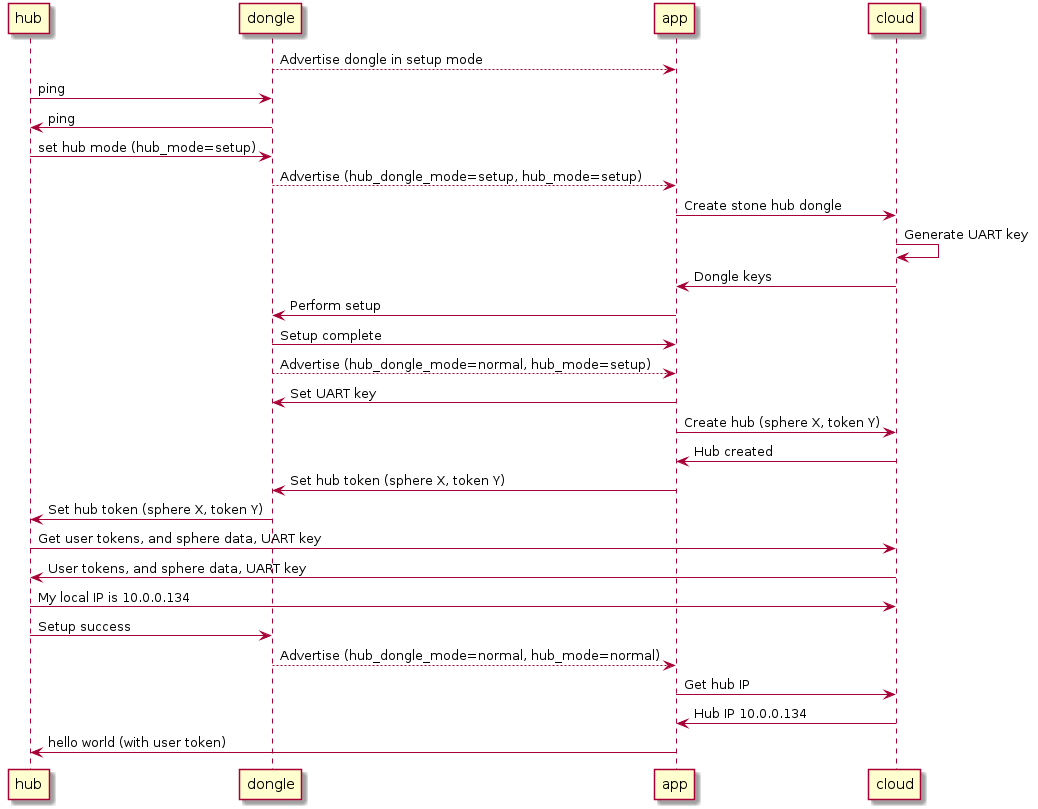
Before: doc/uml-setup.png, a diagram exported from PlantUML (Crownstone-Community/hub).
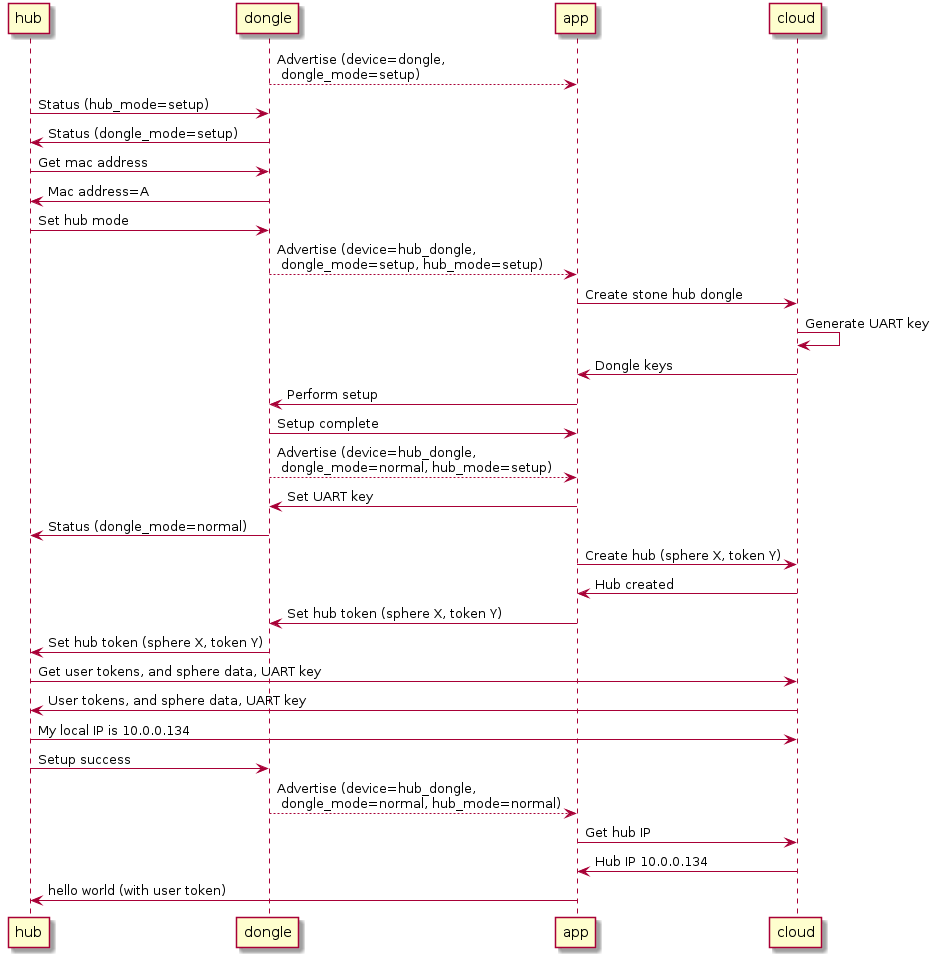
The same diagram one commit later.

Diff of the diagram source:
```diff
@@ -4,18 +4,21 @@
 participant app
 participant cloud
 
-dongle --> app : Advertise dongle in setup mode
-hub -> dongle : ping
-dongle -> hub : ping
-hub -> dongle : set hub mode (hub_mode=setup)
-dongle --> app : Advertise (hub_dongle_mode=setup, hub_mode=setup)
+dongle --> app : Advertise (device=dongle,\n dongle_mode=setup)
+hub -> dongle : Status (hub_mode=setup)
+dongle -> hub : Status (dongle_mode=setup)
+hub -> dongle : Get mac address
+dongle -> hub : Mac address=A
+hub -> dongle : Set hub mode
+dongle --> app : Advertise (device=hub_dongle,\n dongle_mode=setup, hub_mode=setup)
 app -> cloud : Create stone hub dongle
 cloud -> cloud : Generate UART key
 cloud -> app : Dongle keys
 app -> dongle : Perform setup
 dongle -> app : Setup complete
-dongle --> app: Advertise (hub_dongle_mode=normal, hub_mode=setup)
+dongle --> app: Advertise (device=hub_dongle,\n dongle_mode=normal, hub_mode=setup)
 app -> dongle : Set UART key
+dongle -> hub : Status (dongle_mode=normal)
 app -> cloud : Create hub (sphere X, token Y)
 cloud -> app: Hub created
 app -> dongle : Set hub token (sphere X, token Y)
@@ -24,7 +27,7 @@
 cloud -> hub : User tokens, and sphere data, UART key
 hub -> cloud : My local IP is 10.0.0.134
 hub -> dongle : Setup success
-dongle --> app : Advertise (hub_dongle_mode=normal, hub_mode=normal)
+dongle --> app : Advertise (device=hub_dongle,\n dongle_mode=normal, hub_mode=normal)
 app -> cloud : Get hub IP
 cloud -> app: Hub IP 10.0.0.134
 app -> hub : hello world (with user token)
```
